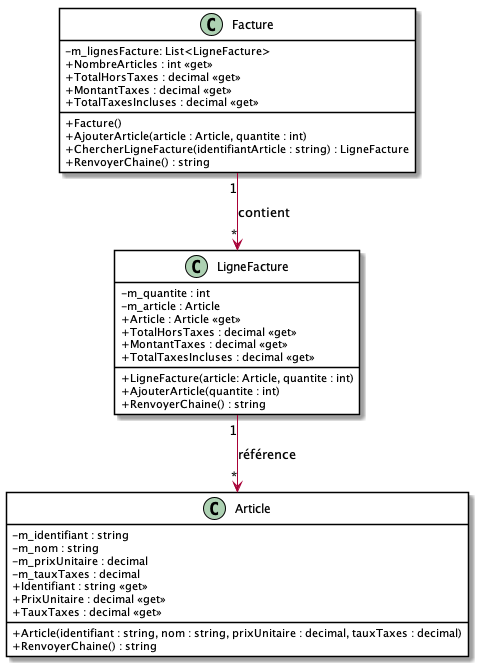
Above: images/Module04_Constructeur/diag/src/FactureDiagClasses_Exercices/FactureDiagClasses.png in PiFou86/420-W20-SF (PlantUML), before the change. Source of this version:
```plantuml
@startuml FactureDiagClasses
skinparam classAttributeIconSize 0
skinparam class {
    BackgroundColor White
    BorderColor #000
}

Facture "1" --> "*" LigneFacture : contient
LigneFacture "1" --> "*" Article : référence

class Facture {
    - m_lignesFacture: List<LigneFacture>
    + NombreArticles : int <<get>>
    + TotalHorsTaxes : decimal <<get>>
    + MontantTaxes : decimal <<get>>
    + TotalTaxesIncluses : decimal <<get>>
    + Facture()
    + AjouterArticle(article : Article, quantite : int)
    + ChercherLigneFacture(identifiantArticle : string) : LigneFacture
    + RenvoyerChaine() : string
}
class LigneFacture {
    - m_quantite : int
    - m_article : Article
    + Article : Article <<get>>
    + TotalHorsTaxes : decimal <<get>>
    + MontantTaxes : decimal <<get>>
    + TotalTaxesIncluses : decimal <<get>>
    + LigneFacture(article: Article, quantite : int)
    + AjouterArticle(quantite : int)
    + RenvoyerChaine() : string
}
class Article {
    - m_identifiant : string
    - m_nom : string
    - m_prixUnitaire : decimal
    - m_tauxTaxes : decimal
    + Identifiant : string <<get>>
    + PrixUnitaire : decimal <<get>>
    + TauxTaxes : decimal <<get>>
    + Article(identifiant : string, nom : string, prixUnitaire : decimal, tauxTaxes : decimal)
    + RenvoyerChaine() : string
}
@enduml
```
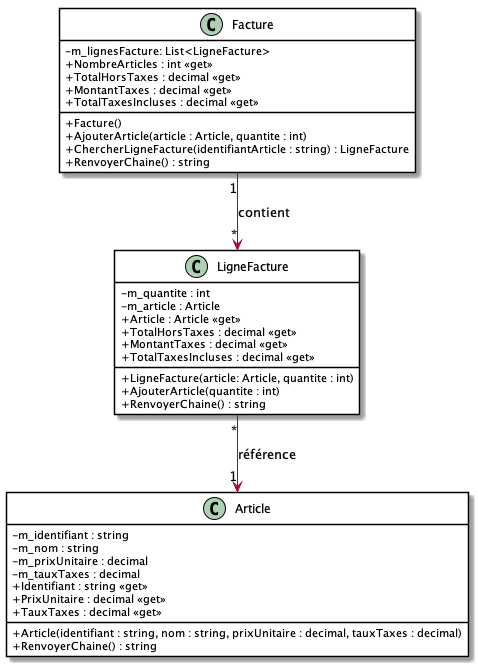
Above is the later version.

Commit message:
correction cardinalités facture

Change to the diagram source:
```diff
@@ -6,7 +6,7 @@
 }
 
 Facture "1" --> "*" LigneFacture : contient
-LigneFacture "1" --> "*" Article : référence
+LigneFacture "*" --> "1" Article : référence
 
 class Facture {
     - m_lignesFacture: List<LigneFacture>
```
